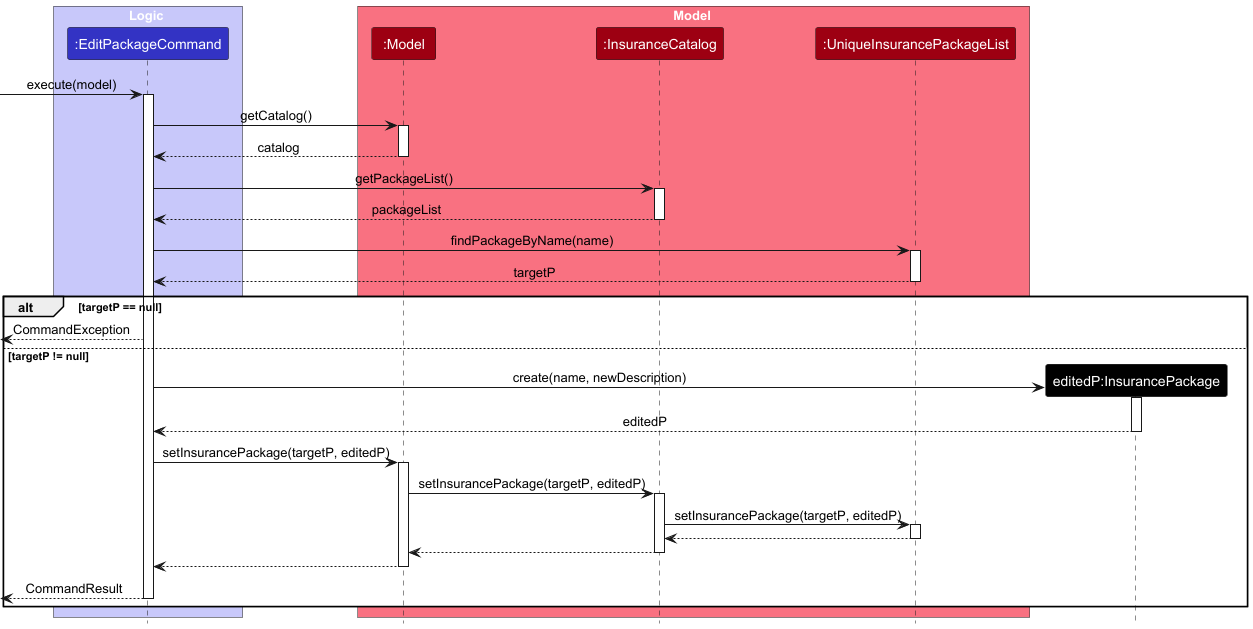
owjd03/tp keeps this PlantUML diagram as docs/images/EditPackageSequenceDiagram.png. Above is the earlier version.
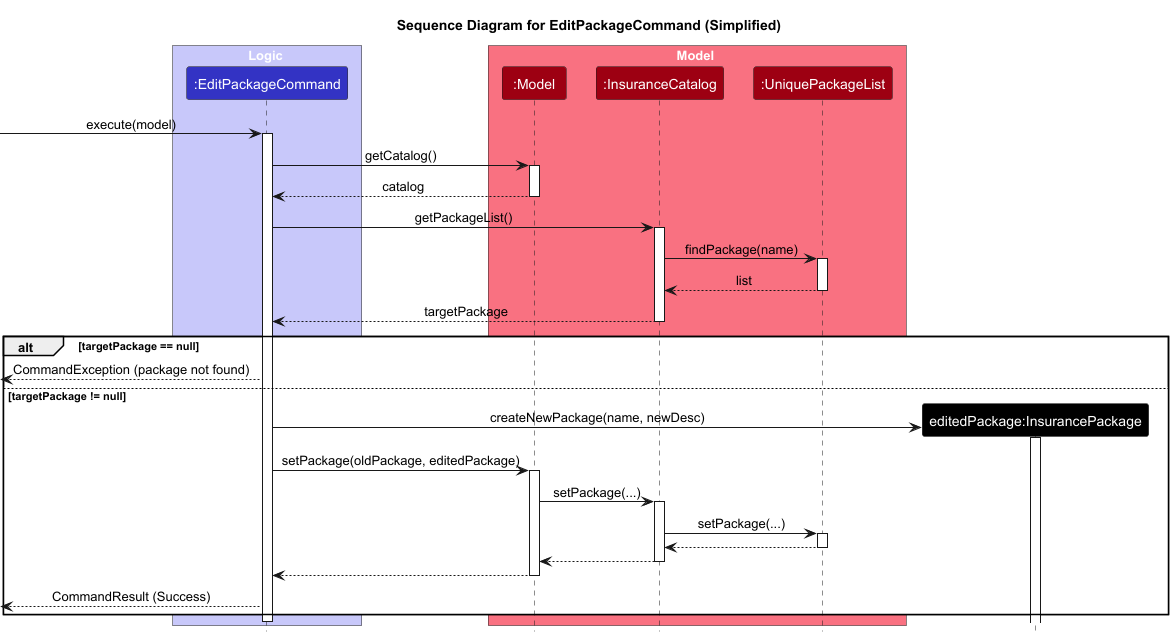
The same diagram one commit later.

Diff of the diagram source:
```diff
@@ -1,6 +1,8 @@
 @startuml
 !include style.puml
 skinparam ArrowFontStyle plain
+
+title Sequence Diagram for EditPackageCommand (Simplified)
 
 box Logic #C8C8FA
 participant ":EditPackageCommand" as EditPackageCommand #3333C4
@@ -9,7 +11,7 @@
 box Model #F97181
 participant ":Model" as Model #9D0012
 participant ":InsuranceCatalog" as InsuranceCatalog #9D0012
-participant ":UniqueInsurancePackageList" as UniqueInsurancePackageList #9D0012
+participant ":UniquePackageList" as UniqueInsurancePackageList #9D0012
 end box
 
 [-> EditPackageCommand : execute(model)
@@ -22,30 +24,32 @@
 
 EditPackageCommand -> InsuranceCatalog : getPackageList()
 activate InsuranceCatalog
-InsuranceCatalog --> EditPackageCommand : packageList
+
+InsuranceCatalog -> UniqueInsurancePackageList : findPackage(name)
+activate UniqueInsurancePackageList
+
+UniqueInsurancePackageList --> InsuranceCatalog : list
+deactivate UniqueInsurancePackageList
+
+
+InsuranceCatalog --> EditPackageCommand : targetPackage
 deactivate InsuranceCatalog
 
-EditPackageCommand -> UniqueInsurancePackageList : findPackageByName(name)
-activate UniqueInsurancePackageList
+alt targetPackage == null
+    <-- EditPackageCommand : CommandException (package not found)
+else targetPackage != null
 
-UniqueInsurancePackageList --> EditPackageCommand : targetP
-deactivate UniqueInsurancePackageList
+    EditPackageCommand -> "editedPackage:InsurancePackage" ** #00008B : createNewPackage(name, newDesc)
+    activate "editedPackage:InsurancePackage"
+    deactivate "editedPackage:InsurancePackage"
 
-alt targetP == null
-    <-- EditPackageCommand : CommandException
-else targetP != null
-    EditPackageCommand -> "editedP:InsurancePackage" ** #00008B : create(name, newDescription)
-    activate "editedP:InsurancePackage"
-    "editedP:InsurancePackage" --> EditPackageCommand : editedP
-    deactivate "editedP:InsurancePackage"
-
-    EditPackageCommand -> Model : setInsurancePackage(targetP, editedP)
+    EditPackageCommand -> Model : setPackage(oldPackage, editedPackage)
         activate Model
 
-        Model -> InsuranceCatalog : setInsurancePackage(targetP, editedP)
+        Model -> InsuranceCatalog : setPackage(...)
         activate InsuranceCatalog
 
-        InsuranceCatalog -> UniqueInsurancePackageList : setInsurancePackage(targetP, editedP)
+        InsuranceCatalog -> UniqueInsurancePackageList : setPackage(...)
         activate UniqueInsurancePackageList
 
         UniqueInsurancePackageList --> InsuranceCatalog
@@ -57,7 +61,7 @@
         Model --> EditPackageCommand
         deactivate Model
 
-    <-- EditPackageCommand : CommandResult
-    deactivate EditPackageCommand
+    <-- EditPackageCommand : CommandResult (Success)
 end
+deactivate EditPackageCommand
 @enduml
```
